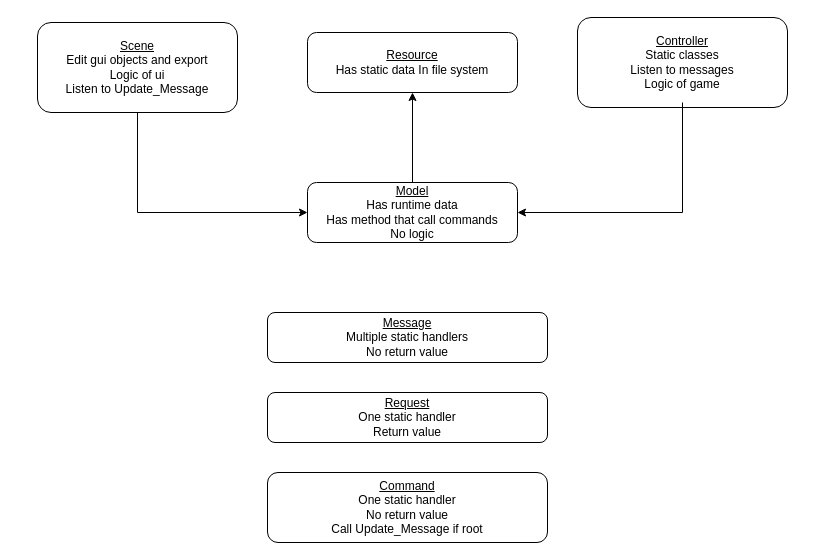
This is Godot.drawio from kipikipoddev/Godot_Demo, a draw.io file, before an edit. Source tidied: cells renumbered, new cells numbered last; positions are measured from the earlier drawing's top-left corner, leaving out a move shared by most shapes. Both pictures are drawn from the tidied source at 100%, with x=0, y=0 at pixel (37, 17).
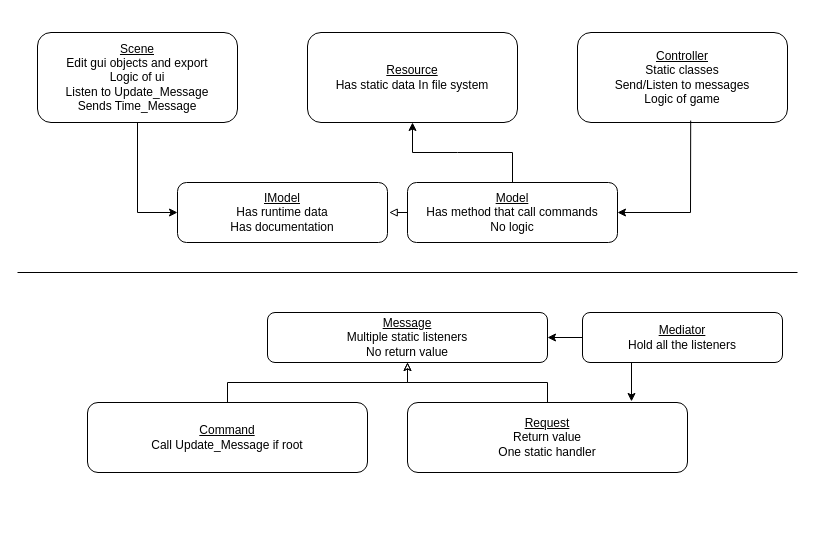
Above is the later version.

Change to the diagram source:
```diff
@@
-    <mxCell id="2" value="&lt;u&gt;Scene&lt;/u&gt;&lt;div&gt;Edit gui objects and export&lt;/div&gt;&lt;div&gt;Logic of ui&lt;/div&gt;&lt;div&gt;Listen to Update_Message&lt;/div&gt;" style="rounded=1;whiteSpace=wrap;html=1;" parent="1" vertex="1">
-      <mxGeometry y="5" width="200" height="90" as="geometry" />
+    <mxCell id="2" value="&lt;u&gt;Scene&lt;/u&gt;&lt;div&gt;Edit gui objects and export&lt;/div&gt;&lt;div&gt;Logic of ui&lt;/div&gt;&lt;div&gt;Listen to Update_Message&lt;/div&gt;&lt;div&gt;Sends Time_Message&lt;/div&gt;" style="rounded=1;whiteSpace=wrap;html=1;" parent="1" vertex="1">
+      <mxGeometry y="15" width="200" height="90" as="geometry" />
     </mxCell>
-    <mxCell id="3" value="&lt;u&gt;Model&lt;/u&gt;&lt;div&gt;Has&amp;nbsp;&lt;span style=&quot;background-color: initial;&quot;&gt;runtime&amp;nbsp;&lt;/span&gt;&lt;span style=&quot;background-color: initial;&quot;&gt;data&lt;/span&gt;&lt;/div&gt;&lt;div&gt;Has method that call commands&lt;/div&gt;&lt;div&gt;No logic&lt;/div&gt;" style="rounded=1;whiteSpace=wrap;html=1;" parent="1" vertex="1">
-      <mxGeometry x="270" y="165" width="210" height="60" as="geometry" />
+    <mxCell id="3" value="&lt;u&gt;Model&lt;/u&gt;&lt;div&gt;&lt;span style=&quot;background-color: initial;&quot;&gt;Has method that call commands&lt;/span&gt;&lt;br&gt;&lt;/div&gt;&lt;div&gt;No logic&lt;/div&gt;" style="rounded=1;whiteSpace=wrap;html=1;" parent="1" vertex="1">
+      <mxGeometry x="370" y="165" width="210" height="60" as="geometry" />
     </mxCell>
-    <mxCell id="4" value="&lt;u&gt;Controller&lt;/u&gt;&lt;div&gt;Static classes&lt;/div&gt;&lt;div&gt;Listen to messages&lt;/div&gt;&lt;div&gt;Logic of game&lt;/div&gt;" style="rounded=1;whiteSpace=wrap;html=1;" parent="1" vertex="1">
-      <mxGeometry x="540" width="210" height="90" as="geometry" />
+    <mxCell id="4" value="&lt;u&gt;Controller&lt;/u&gt;&lt;div&gt;Static classes&lt;/div&gt;&lt;div&gt;Send/Listen to messages&lt;/div&gt;&lt;div&gt;Logic of game&lt;/div&gt;" style="rounded=1;whiteSpace=wrap;html=1;" parent="1" vertex="1">
+      <mxGeometry x="540" y="15" width="210" height="90" as="geometry" />
     </mxCell>
     <mxCell id="5" value="&lt;u&gt;Resource&lt;/u&gt;&lt;div&gt;&lt;span style=&quot;background-color: initial;&quot;&gt;Has static data&amp;nbsp;&lt;/span&gt;&lt;span style=&quot;background-color: initial;&quot;&gt;In file system&lt;/span&gt;&lt;/div&gt;" style="rounded=1;whiteSpace=wrap;html=1;" parent="1" vertex="1">
-      <mxGeometry x="270" y="15" width="210" height="60" as="geometry" />
+      <mxGeometry x="270" y="15" width="210" height="90" as="geometry" />
     </mxCell>
     <mxCell id="6" style="endArrow=classic;html=1;rounded=0;exitX=0.5;exitY=0;exitDx=0;exitDy=0;entryX=0.5;entryY=1;entryDx=0;entryDy=0;" parent="1" edge="1" source="3" target="5">
-      <mxGeometry relative="1" as="geometry" />
+      <mxGeometry relative="1" as="geometry">
+        <Array as="points">
+          <mxPoint x="475" y="135" />
+          <mxPoint x="420" y="135" />
+          <mxPoint x="375" y="135" />
+        </Array>
+      </mxGeometry>
     </mxCell>
-    <mxCell id="7" style="endArrow=classic;html=1;rounded=0;exitX=0.5;exitY=1;exitDx=0;exitDy=0;entryX=0;entryY=0.5;entryDx=0;entryDy=0;" parent="1" edge="1" source="2" target="3">
+    <mxCell id="7" style="endArrow=classic;html=1;rounded=0;exitX=0.5;exitY=1;exitDx=0;exitDy=0;entryX=0;entryY=0.5;entryDx=0;entryDy=0;" parent="1" edge="1" source="2" target="14">
       <mxGeometry relative="1" as="geometry">
         <Array as="points">
           <mxPoint x="100" y="195" />
         </Array>
       </mxGeometry>
     </mxCell>
-    <mxCell id="8" style="endArrow=classic;html=1;rounded=0;entryX=1;entryY=0.5;entryDx=0;entryDy=0;" parent="1" edge="1" target="3">
+    <mxCell id="8" style="endArrow=classic;html=1;rounded=0;entryX=1;entryY=0.5;entryDx=0;entryDy=0;exitX=0.539;exitY=0.979;exitDx=0;exitDy=0;exitPerimeter=0;" parent="1" edge="1" source="4" target="3">
       <mxGeometry relative="1" as="geometry">
-        <mxPoint x="645" y="85" as="sourcePoint" />
         <Array as="points">
-          <mxPoint x="645" y="195" />
+          <mxPoint x="653" y="195" />
         </Array>
       </mxGeometry>
     </mxCell>
-    <mxCell id="9" value="&lt;u&gt;Message&lt;/u&gt;&lt;div&gt;Multiple static handlers&lt;/div&gt;&lt;div&gt;No return value&lt;/div&gt;" style="rounded=1;whiteSpace=wrap;html=1;" parent="1" vertex="1">
+    <mxCell id="9" value="&lt;u&gt;Message&lt;/u&gt;&lt;div&gt;Multiple static listeners&lt;/div&gt;&lt;div&gt;No return value&lt;/div&gt;" style="rounded=1;whiteSpace=wrap;html=1;" parent="1" vertex="1">
       <mxGeometry x="230" y="295" width="280" height="50" as="geometry" />
     </mxCell>
+    <mxCell id="12" style="edgeStyle=orthogonalEdgeStyle;rounded=0;jettySize=auto;html=1;exitX=0.5;exitY=0;exitDx=0;exitDy=0;entryX=0.5;entryY=1;entryDx=0;entryDy=0;endArrow=classic;endFill=0;" parent="1" edge="1" source="10" target="9">
+      <mxGeometry relative="1" as="geometry" />
+    </mxCell>
-    <mxCell id="10" value="&lt;u&gt;Request&lt;/u&gt;&lt;div&gt;One static handler&lt;br&gt;&lt;/div&gt;&lt;div&gt;Return value&lt;/div&gt;" style="rounded=1;whiteSpace=wrap;html=1;" parent="1" vertex="1">
-      <mxGeometry x="230" y="375" width="280" height="50" as="geometry" />
+    <mxCell id="10" value="&lt;u&gt;Request&lt;/u&gt;&lt;div&gt;&lt;span style=&quot;background-color: initial;&quot;&gt;Return value&lt;/span&gt;&lt;br&gt;&lt;/div&gt;&lt;div&gt;&lt;div&gt;One static handler&lt;/div&gt;&lt;/div&gt;" style="rounded=1;whiteSpace=wrap;html=1;" parent="1" vertex="1">
+      <mxGeometry x="370" y="385" width="280" height="70" as="geometry" />
     </mxCell>
+    <mxCell id="13" style="edgeStyle=orthogonalEdgeStyle;rounded=0;jettySize=auto;html=1;exitX=0.5;exitY=0;exitDx=0;exitDy=0;entryX=0.5;entryY=1;entryDx=0;entryDy=0;endArrow=classic;endFill=0;" parent="1" edge="1" source="11" target="9">
+      <mxGeometry relative="1" as="geometry" />
+    </mxCell>
-    <mxCell id="11" value="&lt;u&gt;Command&lt;/u&gt;&lt;div&gt;&lt;div&gt;One static handler&lt;/div&gt;&lt;/div&gt;&lt;div&gt;No return value&lt;/div&gt;&lt;div&gt;Call&amp;nbsp;Update_Message if root&lt;/div&gt;" style="rounded=1;whiteSpace=wrap;html=1;" parent="1" vertex="1">
-      <mxGeometry x="230" y="455" width="280" height="70" as="geometry" />
+    <mxCell id="11" value="&lt;u&gt;Command&lt;/u&gt;&lt;div&gt;Call&amp;nbsp;Update_Message if root&lt;/div&gt;" style="rounded=1;whiteSpace=wrap;html=1;" parent="1" vertex="1">
+      <mxGeometry x="50" y="385" width="280" height="70" as="geometry" />
     </mxCell>
+    <mxCell id="14" value="&lt;u&gt;IModel&lt;/u&gt;&lt;div&gt;&lt;div&gt;Has&amp;nbsp;&lt;span style=&quot;background-color: initial;&quot;&gt;runtime&amp;nbsp;&lt;/span&gt;&lt;span style=&quot;background-color: initial;&quot;&gt;data&lt;/span&gt;&lt;/div&gt;&lt;/div&gt;&lt;div&gt;&lt;span style=&quot;background-color: initial;&quot;&gt;Has documentation&lt;/span&gt;&lt;/div&gt;" style="rounded=1;whiteSpace=wrap;html=1;" parent="1" vertex="1">
+      <mxGeometry x="140" y="165" width="210" height="60" as="geometry" />
+    </mxCell>
+    <mxCell id="15" style="edgeStyle=orthogonalEdgeStyle;rounded=0;jettySize=auto;html=1;exitX=0;exitY=0.5;exitDx=0;exitDy=0;entryX=1.008;entryY=0.506;entryDx=0;entryDy=0;entryPerimeter=0;endArrow=block;endFill=0;" parent="1" edge="1" source="3" target="14">
+      <mxGeometry relative="1" as="geometry" />
+    </mxCell>
+    <mxCell id="16" style="edgeStyle=orthogonalEdgeStyle;rounded=0;jettySize=auto;html=1;exitX=0;exitY=0.5;exitDx=0;exitDy=0;entryX=1;entryY=0.5;entryDx=0;entryDy=0;" parent="1" edge="1" source="17" target="9">
+      <mxGeometry relative="1" as="geometry" />
+    </mxCell>
+    <mxCell id="17" value="&lt;u&gt;Mediator&lt;/u&gt;&lt;div&gt;Hold all the listeners&lt;/div&gt;" style="rounded=1;whiteSpace=wrap;html=1;" parent="1" vertex="1">
+      <mxGeometry x="545" y="295" width="200" height="50" as="geometry" />
+    </mxCell>
+    <mxCell id="18" style="endArrow=none;html=1;rounded=0;" parent="1" edge="1">
+      <mxGeometry relative="1" as="geometry">
+        <mxPoint x="-20" y="255" as="sourcePoint" />
+        <mxPoint x="760" y="255" as="targetPoint" />
+      </mxGeometry>
+    </mxCell>
+    <mxCell id="19" style="edgeStyle=orthogonalEdgeStyle;rounded=0;jettySize=auto;html=1;exitX=0.25;exitY=1;exitDx=0;exitDy=0;entryX=0.8;entryY=-0.015;entryDx=0;entryDy=0;entryPerimeter=0;" parent="1" edge="1" source="17" target="10">
+      <mxGeometry relative="1" as="geometry" />
+    </mxCell>
```
